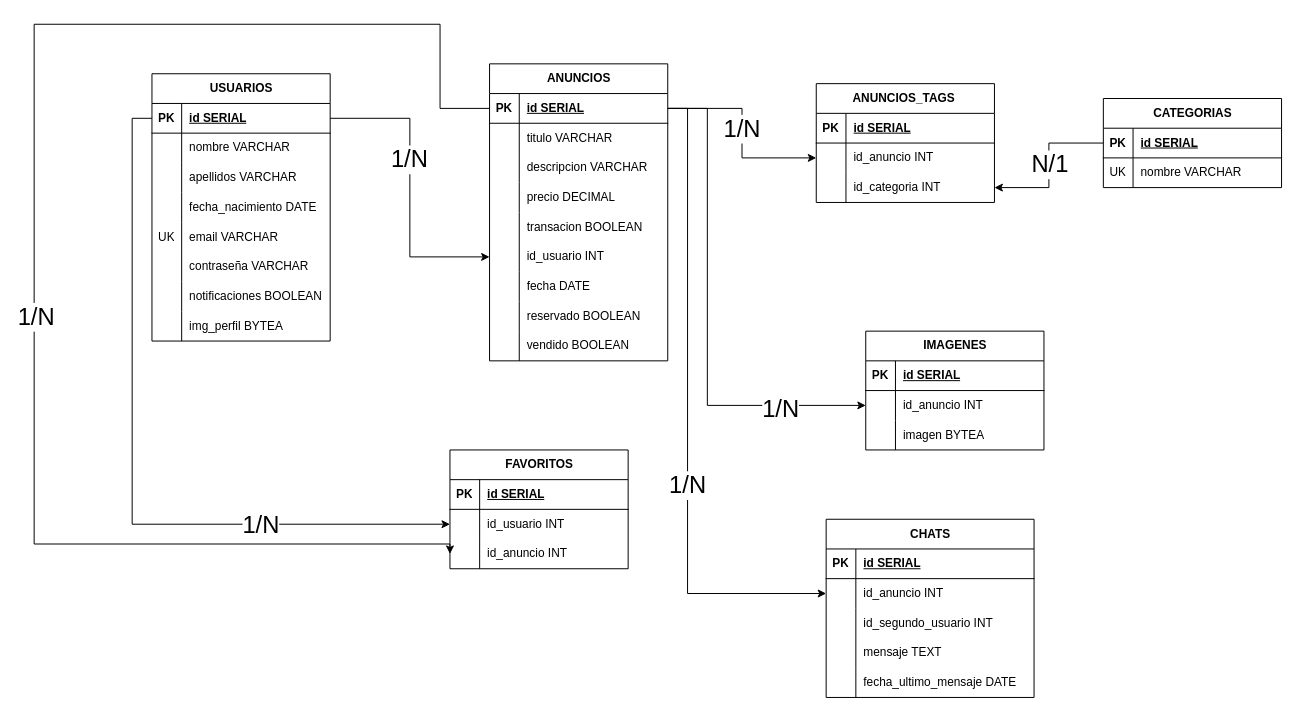
ManuJRamirez/final-project keeps this draw.io diagram as modeladoSQLanuncios.drawio. Above is the earlier version. Source tidied: cells renumbered, new cells numbered last; positions are measured from the earlier drawing's top-left corner, leaving out a move shared by most shapes. Both pictures are drawn from the tidied source at 99%, with x=0, y=0 at pixel (34, 24).
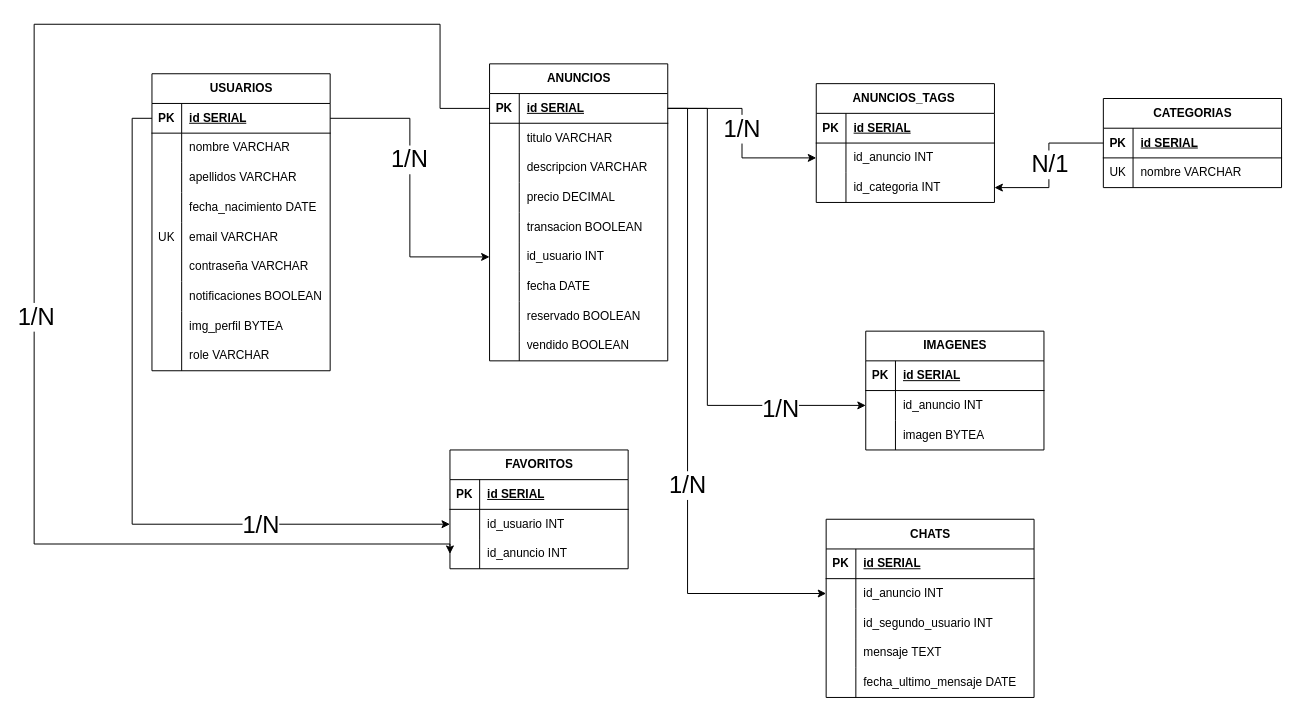
After the change.

Change to the diagram source:
```diff
@@
     <mxCell id="2" value="USUARIOS" style="shape=table;startSize=30;childLayout=tableLayout;rowLines=0;fontStyle=1;align=center;html=1;" parent="1" vertex="1">
-      <mxGeometry x="119" y="50" width="180" height="270" as="geometry" />
+      <mxGeometry x="119" y="50" width="180" height="300" as="geometry" />
     </mxCell>
@@
+    <mxCell id="122" style="shape=tableRow;horizontal=0;startSize=0;swimlaneHead=0;swimlaneBody=0;fillColor=none;top=0;left=0;right=0;bottom=0;" parent="2" vertex="1">
+      <mxGeometry y="270" width="180" height="30" as="geometry" />
+    </mxCell>
+    <mxCell id="123" style="shape=partialRectangle;fillColor=none;top=0;left=0;bottom=0;right=0;overflow=hidden;whiteSpace=wrap;html=1;" parent="122" vertex="1">
+      <mxGeometry width="30" height="30" as="geometry" />
+    </mxCell>
+    <mxCell id="124" value="role VARCHAR" style="shape=partialRectangle;fillColor=none;top=0;left=0;bottom=0;right=0;align=left;spacingLeft=6;overflow=hidden;whiteSpace=wrap;html=1;" parent="122" vertex="1">
+      <mxGeometry x="30" width="150" height="30" as="geometry" />
+    </mxCell>
```
